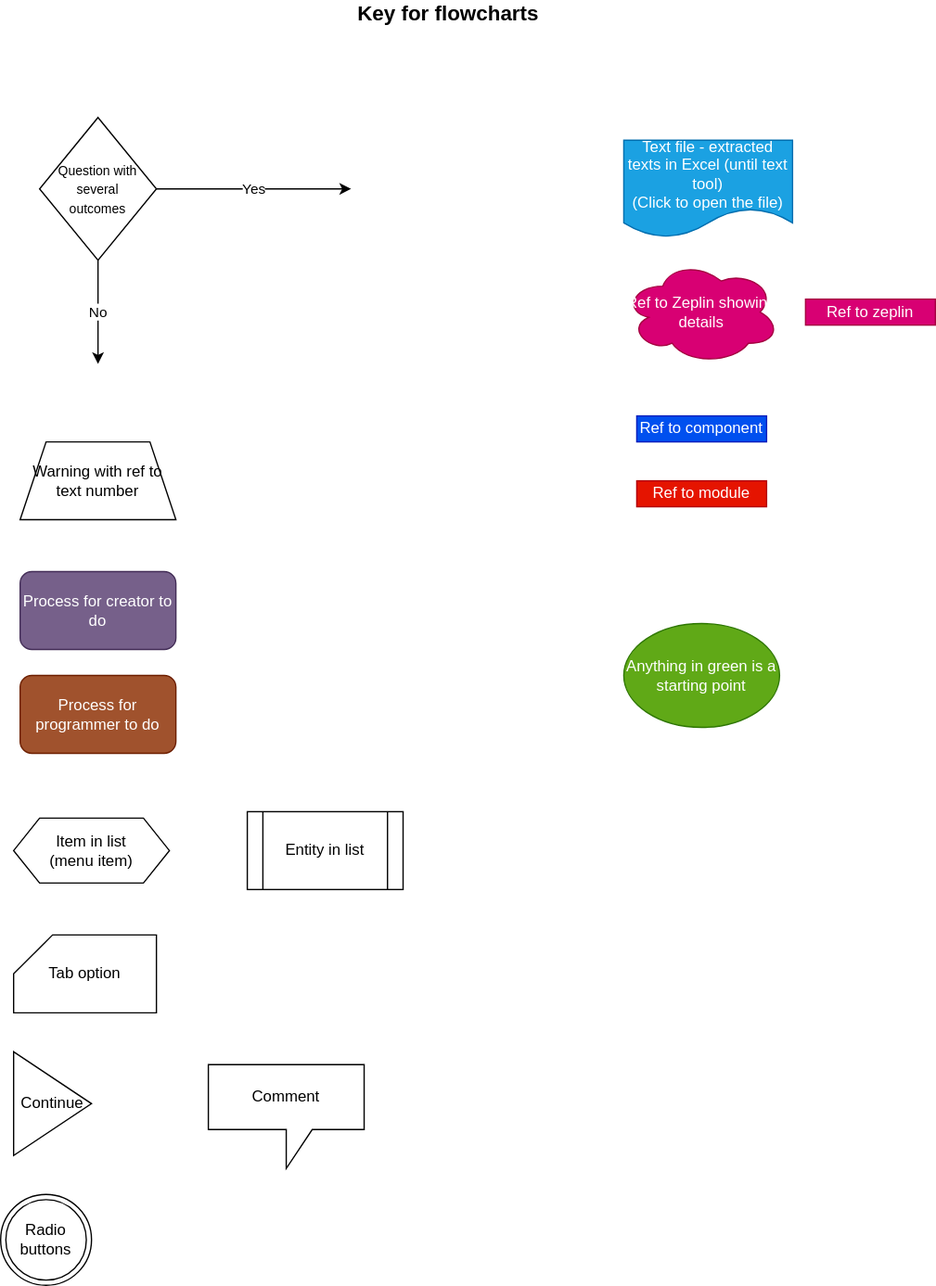
The draw.io diagram key.drawio.svg in ji-devs/ji-cloud-flowcharts, before a commit. Source tidied: cells renumbered, new cells last; positions are measured from the earlier drawing's top-left corner, leaving out a move shared by most shapes.
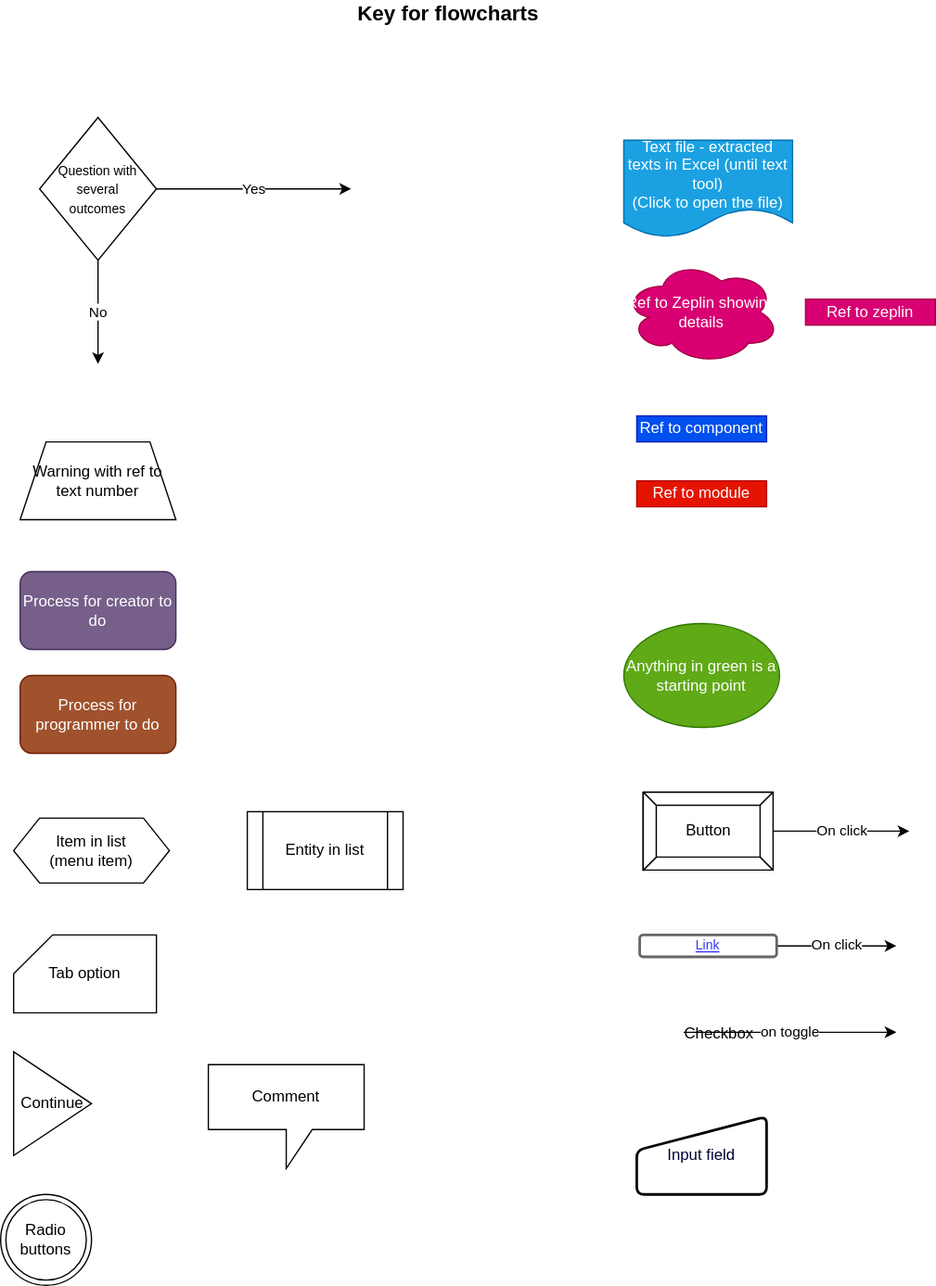
After the commit.

Diff of the diagram source:
```diff
@@ -69,5 +69,32 @@
     <mxCell id="20" value="Ref to module" style="text;html=1;strokeColor=#B20000;fillColor=#e51400;align=center;verticalAlign=middle;whiteSpace=wrap;rounded=0;fontColor=#ffffff;" parent="1" vertex="1">
       <mxGeometry x="490" y="370" width="100" height="20" as="geometry" />
     </mxCell>
+    <mxCell id="21" value="On click" style="edgeStyle=orthogonalEdgeStyle;rounded=0;jettySize=auto;html=1;exitX=1;exitY=0.5;exitDx=0;exitDy=0;exitPerimeter=0;" parent="1" edge="1" source="22">
+      <mxGeometry relative="1" as="geometry">
+        <mxPoint x="700" y="640" as="targetPoint" />
+      </mxGeometry>
+    </mxCell>
+    <mxCell id="22" value="Button" style="labelPosition=center;verticalLabelPosition=middle;align=center;html=1;shape=mxgraph.basic.button;dx=10;" parent="1" vertex="1">
+      <mxGeometry x="495" y="610" width="100" height="60" as="geometry" />
+    </mxCell>
+    <mxCell id="23" value="On click" style="edgeStyle=orthogonalEdgeStyle;rounded=0;jettySize=auto;html=1;" parent="1" edge="1" source="24">
+      <mxGeometry relative="1" as="geometry">
+        <mxPoint x="690" y="728.4" as="targetPoint" />
+      </mxGeometry>
+    </mxCell>
+    <mxCell id="24" value="&lt;font color=&quot;#3333ff&quot;&gt;&lt;u&gt;Link&lt;/u&gt;&lt;/font&gt;" style="rounded=1;html=1;shadow=0;dashed=0;whiteSpace=wrap;fontSize=10;align=center;strokeColor=#666666;fontColor=#ffffff;strokeWidth=2;fillColor=#FFFFFF;" parent="1" vertex="1">
+      <mxGeometry x="492.2" y="720" width="105.5" height="16.9" as="geometry" />
+    </mxCell>
+    <mxCell id="25" value="on toggle" style="edgeStyle=orthogonalEdgeStyle;rounded=0;jettySize=auto;html=1;" parent="1" edge="1" source="26">
+      <mxGeometry relative="1" as="geometry">
+        <mxPoint x="690" y="795" as="targetPoint" />
+      </mxGeometry>
+    </mxCell>
+    <mxCell id="26" value="Checkbox" style="dashed=0;labelPosition=right;align=left;shape=mxgraph.gmdl.checkbox;strokeColor=#ffffff;fillColor=none;strokeWidth=2;" parent="1" vertex="1">
+      <mxGeometry x="495" y="780" width="30" height="30" as="geometry" />
+    </mxCell>
+    <mxCell id="27" value="Input field" style="html=1;strokeWidth=2;shape=manualInput;whiteSpace=wrap;rounded=1;size=26;arcSize=11;fillColor=#FFFFFF;fontColor=#000033;labelBackgroundColor=none;" parent="1" vertex="1">
+      <mxGeometry x="490" y="860" width="100" height="60" as="geometry" />
+    </mxCell>
   </root>
 </mxGraphModel>
```
